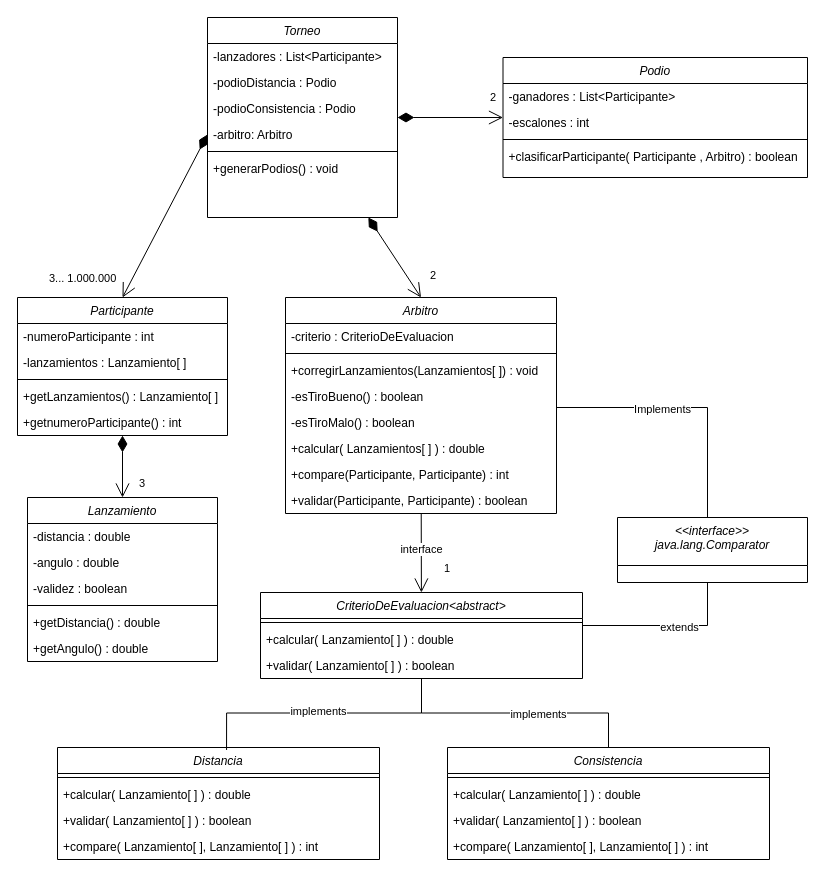
The draw.io diagram LanzandoCaber/Lanzando el cáber .drawio in Dami1223/LanzandoELCaber, before the edit. Source tidied: cells renumbered, new cells numbered last; positions are measured from the earlier drawing's top-left corner, leaving out a move shared by most shapes. Both pictures are drawn from the tidied source at 100%, with x=0, y=0 at pixel (17, 17).
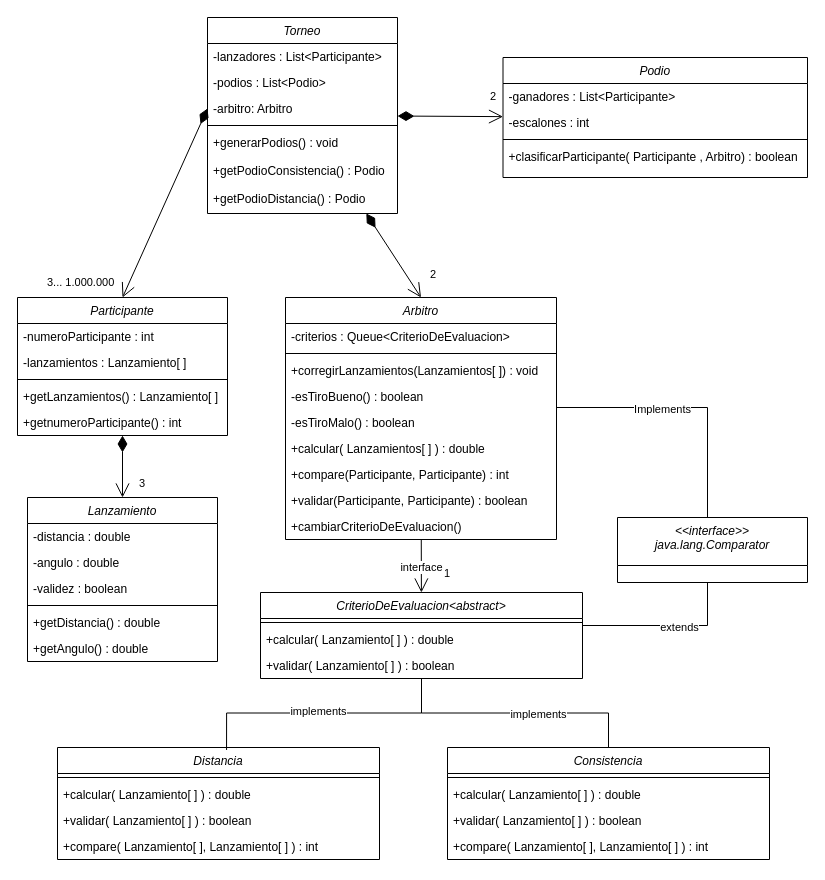
The same page after the edit.

Commit message (it also covers changes not shown here):
Se agrega cola circular para los criterios del arbitro

Change to the diagram source:
```diff
@@
     <mxCell id="15" value="Torneo" style="swimlane;fontStyle=2;align=center;verticalAlign=top;horizontal=1;startSize=26;rounded=0;shadow=0;strokeWidth=1;" parent="1" vertex="1">
-      <mxGeometry x="190" width="190" height="200" as="geometry" />
+      <mxGeometry x="190" width="190" height="196" as="geometry" />
     </mxCell>
@@
-    <mxCell id="17" value="-podioDistancia : Podio" style="text;align=left;verticalAlign=top;spacingLeft=4;spacingRight=4;overflow=hidden;rounded=0;shadow=0;html=0;" parent="15" vertex="1">
-      <mxGeometry y="52" width="190" height="26" as="geometry" />
-    </mxCell>
-    <mxCell id="18" value="-podioConsistencia : Podio" style="text;align=left;verticalAlign=top;spacingLeft=4;spacingRight=4;overflow=hidden;rounded=0;shadow=0;html=0;" parent="15" vertex="1">
-      <mxGeometry y="78" width="190" height="26" as="geometry" />
+    <mxCell id="18" value="-podios : List&lt;Podio&gt;" style="text;align=left;verticalAlign=top;spacingLeft=4;spacingRight=4;overflow=hidden;rounded=0;shadow=0;html=0;" parent="15" vertex="1">
+      <mxGeometry y="52" width="190" height="26" as="geometry" />
     </mxCell>
     <mxCell id="19" value="-arbitro: Arbitro" style="text;align=left;verticalAlign=top;spacingLeft=4;spacingRight=4;overflow=hidden;points=[[0,0.5],[1,0.5]];portConstraint=eastwest;rounded=0;shadow=0;html=0;" parent="15" vertex="1">
-      <mxGeometry y="104" width="190" height="26" as="geometry" />
+      <mxGeometry y="78" width="190" height="26" as="geometry" />
     </mxCell>
     <mxCell id="20" style="line;html=1;strokeWidth=1;align=left;verticalAlign=middle;spacingTop=-1;spacingLeft=3;spacingRight=3;labelPosition=right;" parent="15" vertex="1">
-      <mxGeometry y="130" width="190" height="8" as="geometry" />
+      <mxGeometry y="104" width="190" height="8" as="geometry" />
     </mxCell>
     <mxCell id="21" value="+generarPodios() : void" style="text;align=left;verticalAlign=top;spacingLeft=4;spacingRight=4;overflow=hidden;" parent="15" vertex="1">
-      <mxGeometry y="138" width="190" height="26" as="geometry" />
+      <mxGeometry y="112" width="190" height="28" as="geometry" />
     </mxCell>
+    <mxCell id="65" value="+getPodioConsistencia() : Podio" style="text;align=left;verticalAlign=top;spacingLeft=4;spacingRight=4;overflow=hidden;" parent="15" vertex="1">
+      <mxGeometry y="140" width="190" height="28" as="geometry" />
+    </mxCell>
+    <mxCell id="66" value="+getPodioDistancia() : Podio" style="text;align=left;verticalAlign=top;spacingLeft=4;spacingRight=4;overflow=hidden;" parent="15" vertex="1">
+      <mxGeometry y="168" width="190" height="28" as="geometry" />
+    </mxCell>
@@
     <mxCell id="29" value="Arbitro" style="swimlane;fontStyle=2;align=center;verticalAlign=top;horizontal=1;startSize=26;rounded=0;shadow=0;strokeWidth=1;" parent="1" vertex="1">
-      <mxGeometry x="268" y="280" width="271" height="216" as="geometry" />
+      <mxGeometry x="268" y="280" width="271" height="242" as="geometry" />
     </mxCell>
-    <mxCell id="30" value="-criterio : CriterioDeEvaluacion" style="text;align=left;verticalAlign=top;spacingLeft=4;spacingRight=4;overflow=hidden;" parent="29" vertex="1">
+    <mxCell id="30" value="-criterios : Queue&lt;CriterioDeEvaluacion&gt;" style="text;align=left;verticalAlign=top;spacingLeft=4;spacingRight=4;overflow=hidden;" parent="29" vertex="1">
       <mxGeometry y="26" width="271" height="26" as="geometry" />
     </mxCell>
@@
+    <mxCell id="67" value="+cambiarCriterioDeEvaluacion()" style="text;align=left;verticalAlign=top;spacingLeft=4;spacingRight=4;overflow=hidden;" parent="29" vertex="1">
+      <mxGeometry y="216" width="271" height="26" as="geometry" />
+    </mxCell>
```
